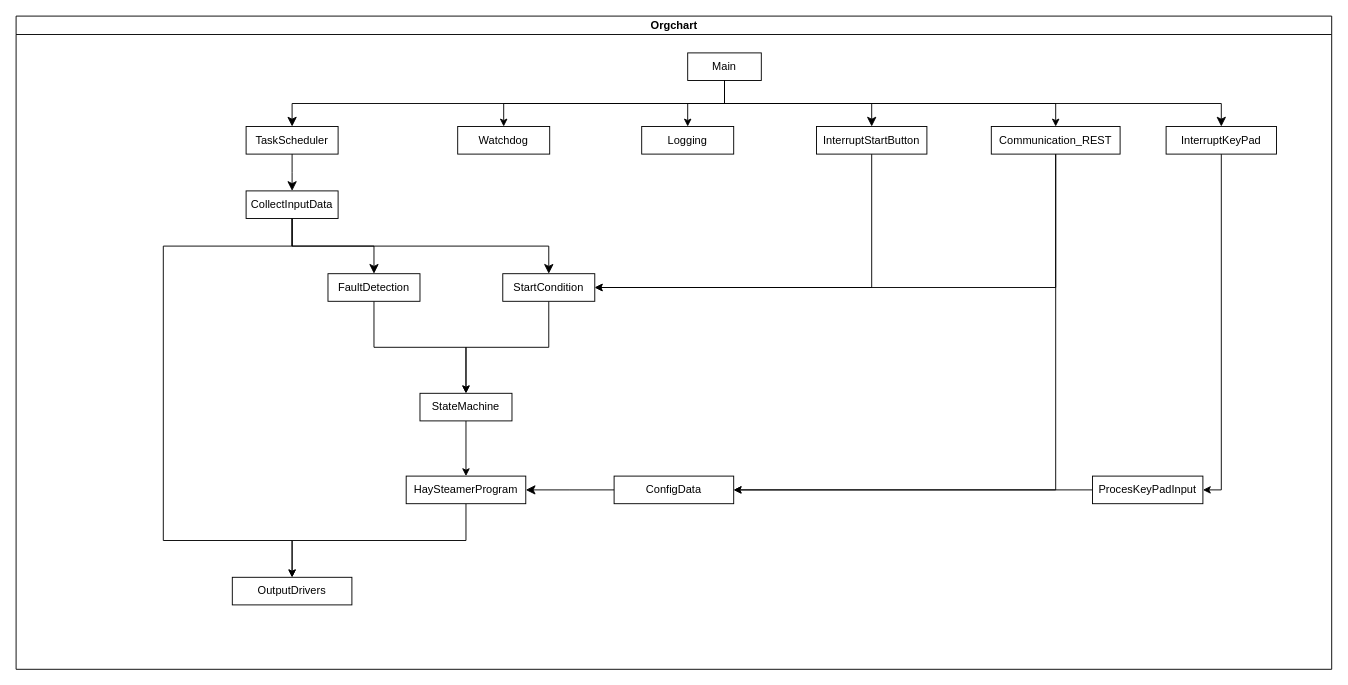
Above: OrganigramOverview.drawio in RoadRunner-2/HaySteamerTemperatureControl (draw.io), before the change. Source tidied: cells renumbered, new cells numbered last; positions are measured from the earlier drawing's top-left corner, leaving out a move shared by most shapes. Both pictures are drawn from the tidied source at 92%, with x=0, y=0 at pixel (16, 16).
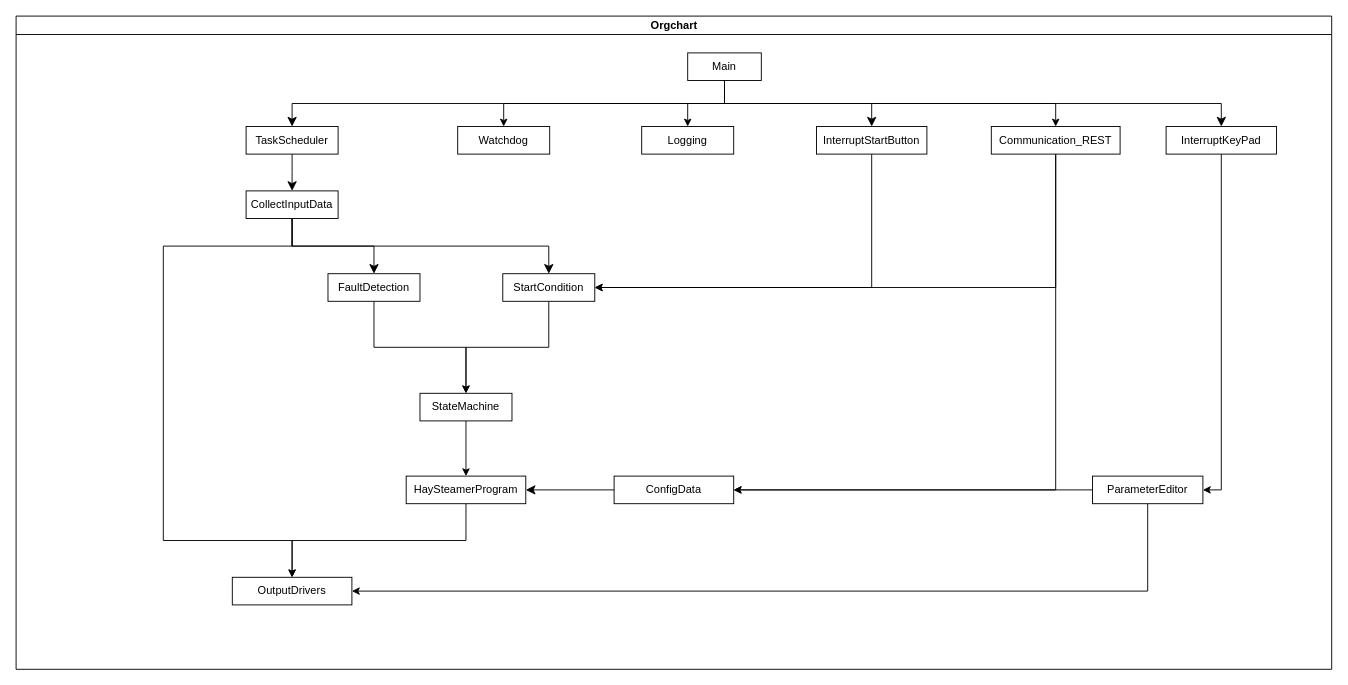
The same diagram, later.

The change refers to these unchanged cells:
```xml
<mxCell id="2" value="Orgchart" style="swimlane;html=1;startSize=20;horizontal=1;containerType=tree;glass=0;" parent="1" vertex="1">
  <mxGeometry width="1430" height="710" as="geometry" />
</mxCell>
<mxCell id="32" value="OutputDrivers" style="rounded=0;whiteSpace=wrap;html=1;" parent="2" vertex="1">
  <mxGeometry x="235" y="610" width="130" height="30" as="geometry" />
</mxCell>
```

Diff of the diagram source:
```diff
@@
+    <mxCell id="38" style="edgeStyle=orthogonalEdgeStyle;rounded=0;jettySize=auto;html=1;exitX=0.5;exitY=1;exitDx=0;exitDy=0;entryX=1;entryY=0.5;entryDx=0;entryDy=0;" parent="2" edge="1" source="37" target="32">
+      <mxGeometry relative="1" as="geometry" />
+    </mxCell>
-    <mxCell id="37" value="ProcesKeyPadInput" style="rounded=0;whiteSpace=wrap;html=1;" parent="2" vertex="1">
+    <mxCell id="37" value="ParameterEditor" style="rounded=0;whiteSpace=wrap;html=1;" parent="2" vertex="1">
       <mxGeometry x="1170" y="500" width="120" height="30" as="geometry" />
     </mxCell>
```
